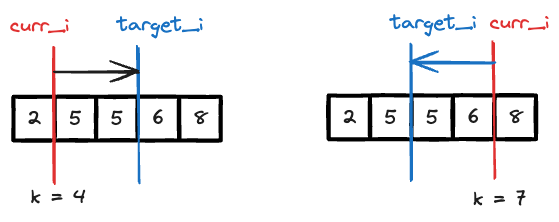
Earlier version of the Excalidraw export leetcode_with_adam/docs/leetcode/3107-minimum-operations-to-make-median-of-array-equal-to-K/assets/1.excalidraw.png (a4lamber/Leetcode). Source tidied: one line per element, renumbered; positions are measured from the earlier drawing's top-left corner, leaving out a move shared by most shapes.
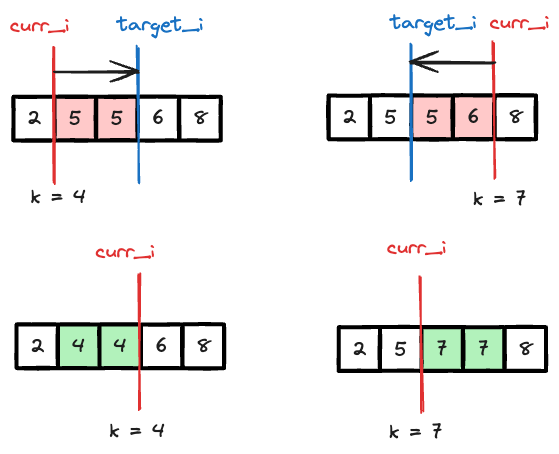
The same file after the commit.

Change to the diagram source:
```diff
@@ -1,8 +1,8 @@
 {"id": 0, "type": "rectangle", "strokeColor": "#000000", "strokeWidth": 4, "roughness": 1, "x": 3, "y": 87, "width": 41, "height": 44}
 {"id": 1, "type": "text", "text": "2", "strokeColor": "#1e1e1e", "strokeWidth": 2, "roughness": 1, "fontSize": 20, "fontFamily": 1, "textAlign": "center", "verticalAlign": "middle", "inside": 0, "x": 17, "y": 96, "width": 14, "height": 25}
-{"id": 2, "type": "rectangle", "strokeColor": "#000000", "strokeWidth": 4, "roughness": 1, "x": 45, "y": 87, "width": 41, "height": 44}
+{"id": 2, "type": "rectangle", "strokeColor": "#000000", "backgroundColor": "#ffc9c9", "fillStyle": "solid", "strokeWidth": 4, "roughness": 1, "x": 45, "y": 87, "width": 41, "height": 44}
 {"id": 3, "type": "text", "text": "5", "strokeColor": "#1e1e1e", "strokeWidth": 2, "roughness": 1, "fontSize": 20, "fontFamily": 1, "textAlign": "center", "verticalAlign": "middle", "inside": 2, "x": 59, "y": 96, "width": 12, "height": 25}
-{"id": 4, "type": "rectangle", "strokeColor": "#000000", "strokeWidth": 4, "roughness": 1, "x": 86, "y": 87, "width": 41, "height": 44}
+{"id": 4, "type": "rectangle", "strokeColor": "#000000", "backgroundColor": "#ffc9c9", "fillStyle": "solid", "strokeWidth": 4, "roughness": 1, "x": 86, "y": 87, "width": 41, "height": 44}
 {"id": 5, "type": "text", "text": "5", "strokeColor": "#1e1e1e", "strokeWidth": 2, "roughness": 1, "fontSize": 20, "fontFamily": 1, "textAlign": "center", "verticalAlign": "middle", "inside": 4, "x": 101, "y": 96, "width": 12, "height": 25}
 {"id": 6, "type": "rectangle", "strokeColor": "#000000", "strokeWidth": 4, "roughness": 1, "x": 128, "y": 87, "width": 41, "height": 44}
 {"id": 7, "type": "text", "text": "6", "strokeColor": "#1e1e1e", "strokeWidth": 2, "roughness": 1, "fontSize": 20, "fontFamily": 1, "textAlign": "center", "verticalAlign": "middle", "inside": 6, "x": 142, "y": 96, "width": 13, "height": 25}
@@ -18,9 +18,9 @@
 {"id": 17, "type": "text", "text": "2", "strokeColor": "#1e1e1e", "strokeWidth": 2, "roughness": 1, "fontSize": 20, "fontFamily": 1, "textAlign": "center", "verticalAlign": "middle", "inside": 16, "x": 332, "y": 95, "width": 14, "height": 25}
 {"id": 18, "type": "rectangle", "strokeColor": "#000000", "strokeWidth": 4, "roughness": 1, "x": 360, "y": 85, "width": 41, "height": 44}
 {"id": 19, "type": "text", "text": "5", "strokeColor": "#1e1e1e", "strokeWidth": 2, "roughness": 1, "fontSize": 20, "fontFamily": 1, "textAlign": "center", "verticalAlign": "middle", "inside": 18, "x": 375, "y": 95, "width": 12, "height": 25}
-{"id": 20, "type": "rectangle", "strokeColor": "#000000", "strokeWidth": 4, "roughness": 1, "x": 401, "y": 85, "width": 41, "height": 44}
+{"id": 20, "type": "rectangle", "strokeColor": "#000000", "backgroundColor": "#ffc9c9", "fillStyle": "solid", "strokeWidth": 4, "roughness": 1, "x": 401, "y": 85, "width": 41, "height": 44}
 {"id": 21, "type": "text", "text": "5", "strokeColor": "#1e1e1e", "strokeWidth": 2, "roughness": 1, "fontSize": 20, "fontFamily": 1, "textAlign": "center", "verticalAlign": "middle", "inside": 20, "x": 416, "y": 95, "width": 12, "height": 25}
-{"id": 22, "type": "rectangle", "strokeColor": "#000000", "strokeWidth": 4, "roughness": 1, "x": 443, "y": 85, "width": 41, "height": 44}
+{"id": 22, "type": "rectangle", "strokeColor": "#000000", "backgroundColor": "#ffc9c9", "fillStyle": "solid", "strokeWidth": 4, "roughness": 1, "x": 443, "y": 85, "width": 41, "height": 44}
 {"id": 23, "type": "text", "text": "6", "strokeColor": "#1e1e1e", "strokeWidth": 2, "roughness": 1, "fontSize": 20, "fontFamily": 1, "textAlign": "center", "verticalAlign": "middle", "inside": 22, "x": 457, "y": 95, "width": 13, "height": 25}
 {"id": 24, "type": "rectangle", "strokeColor": "#000000", "strokeWidth": 4, "roughness": 1, "x": 485, "y": 85, "width": 41, "height": 44}
 {"id": 25, "type": "text", "text": "8", "strokeColor": "#1e1e1e", "strokeWidth": 2, "roughness": 1, "fontSize": 20, "fontFamily": 1, "textAlign": "center", "verticalAlign": "middle", "inside": 24, "x": 498, "y": 95, "width": 15, "height": 25}
@@ -29,4 +29,30 @@
 {"id": 28, "type": "text", "text": "curr_i", "strokeColor": "#e03131", "backgroundColor": "#ffc9c9", "fillStyle": "solid", "strokeWidth": 2, "roughness": 1, "fontSize": 20, "fontFamily": 1, "x": 480, "y": 0, "width": 59, "height": 25}
 {"id": 29, "type": "line", "strokeColor": "#1971c2", "backgroundColor": "#ffc9c9", "fillStyle": "solid", "strokeWidth": 2, "roughness": 1, "round": true, "x": 401, "y": 34, "width": 2, "height": 136, "points": [[0, 0], [2, 136]]}
 {"id": 30, "type": "text", "text": "target_i", "strokeColor": "#1971c2", "backgroundColor": "#ffc9c9", "fillStyle": "solid", "strokeWidth": 2, "roughness": 1, "fontSize": 20, "fontFamily": 1, "x": 380, "y": 0, "width": 86, "height": 25}
-{"id": 31, "type": "arrow", "strokeColor": "#1971c2", "backgroundColor": "#ffc9c9", "fillStyle": "solid", "strokeWidth": 2, "roughness": 1, "endArrowhead": "arrow", "round": true, "x": 484, "y": 53, "width": 84, "height": 0, "points": [[0, 0], [-84, 0]]}
+{"id": 31, "type": "arrow", "strokeColor": "#1e1e1e", "backgroundColor": "#ffc9c9", "fillStyle": "solid", "strokeWidth": 2, "roughness": 1, "endArrowhead": "arrow", "round": true, "x": 484, "y": 53, "width": 84, "height": 0, "points": [[0, 0], [-84, 0]]}
+{"id": 32, "type": "rectangle", "strokeColor": "#000000", "strokeWidth": 4, "roughness": 1, "x": 7, "y": 314, "width": 41, "height": 44}
+{"id": 33, "type": "text", "text": "2", "strokeColor": "#1e1e1e", "strokeWidth": 2, "roughness": 1, "fontSize": 20, "fontFamily": 1, "textAlign": "center", "verticalAlign": "middle", "inside": 32, "x": 20, "y": 324, "width": 14, "height": 25}
+{"id": 34, "type": "rectangle", "strokeColor": "#000000", "backgroundColor": "#b2f2bb", "fillStyle": "solid", "strokeWidth": 4, "roughness": 1, "x": 48, "y": 314, "width": 41, "height": 44}
+{"id": 35, "type": "text", "text": "4", "strokeColor": "#1e1e1e", "strokeWidth": 2, "roughness": 1, "fontSize": 20, "fontFamily": 1, "textAlign": "center", "verticalAlign": "middle", "inside": 34, "x": 62, "y": 324, "width": 13, "height": 25}
+{"id": 36, "type": "rectangle", "strokeColor": "#000000", "backgroundColor": "#b2f2bb", "fillStyle": "solid", "strokeWidth": 4, "roughness": 1, "x": 89, "y": 314, "width": 41, "height": 44}
+{"id": 37, "type": "text", "text": "4", "strokeColor": "#1e1e1e", "strokeWidth": 2, "roughness": 1, "fontSize": 20, "fontFamily": 1, "textAlign": "center", "verticalAlign": "middle", "inside": 36, "x": 104, "y": 324, "width": 13, "height": 25}
+{"id": 38, "type": "rectangle", "strokeColor": "#000000", "strokeWidth": 4, "roughness": 1, "x": 131, "y": 314, "width": 41, "height": 44}
+{"id": 39, "type": "text", "text": "6", "strokeColor": "#1e1e1e", "strokeWidth": 2, "roughness": 1, "fontSize": 20, "fontFamily": 1, "textAlign": "center", "verticalAlign": "middle", "inside": 38, "x": 145, "y": 324, "width": 13, "height": 25}
+{"id": 40, "type": "rectangle", "strokeColor": "#000000", "strokeWidth": 4, "roughness": 1, "x": 173, "y": 314, "width": 41, "height": 44}
+{"id": 41, "type": "text", "text": "8", "strokeColor": "#1e1e1e", "strokeWidth": 2, "roughness": 1, "fontSize": 20, "fontFamily": 1, "textAlign": "center", "verticalAlign": "middle", "inside": 40, "x": 186, "y": 324, "width": 15, "height": 25}
+{"id": 42, "type": "text", "text": "k = 4", "strokeColor": "#1e1e1e", "strokeWidth": 2, "roughness": 1, "fontSize": 20, "fontFamily": 1, "x": 100, "y": 409, "width": 55, "height": 25}
+{"id": 43, "type": "line", "strokeColor": "#e03131", "backgroundColor": "#ffc9c9", "fillStyle": "solid", "strokeWidth": 2, "roughness": 1, "round": true, "x": 129, "y": 264, "width": 2, "height": 136, "points": [[0, 0], [2, 136]]}
+{"id": 44, "type": "text", "text": "curr_i", "strokeColor": "#e03131", "backgroundColor": "#ffc9c9", "fillStyle": "solid", "strokeWidth": 2, "roughness": 1, "fontSize": 20, "fontFamily": 1, "x": 85, "y": 229, "width": 59, "height": 25}
+{"id": 45, "type": "rectangle", "strokeColor": "#000000", "strokeWidth": 4, "roughness": 1, "x": 329, "y": 317, "width": 41, "height": 44}
+{"id": 46, "type": "text", "text": "2", "strokeColor": "#1e1e1e", "strokeWidth": 2, "roughness": 1, "fontSize": 20, "fontFamily": 1, "textAlign": "center", "verticalAlign": "middle", "inside": 45, "x": 342, "y": 327, "width": 14, "height": 25}
+{"id": 47, "type": "rectangle", "strokeColor": "#000000", "strokeWidth": 4, "roughness": 1, "x": 370, "y": 317, "width": 41, "height": 44}
+{"id": 48, "type": "text", "text": "5", "strokeColor": "#1e1e1e", "strokeWidth": 2, "roughness": 1, "fontSize": 20, "fontFamily": 1, "textAlign": "center", "verticalAlign": "middle", "inside": 47, "x": 385, "y": 327, "width": 12, "height": 25}
+{"id": 49, "type": "rectangle", "strokeColor": "#000000", "backgroundColor": "#b2f2bb", "fillStyle": "solid", "strokeWidth": 4, "roughness": 1, "x": 411, "y": 317, "width": 41, "height": 44}
+{"id": 50, "type": "text", "text": "7", "strokeColor": "#1e1e1e", "strokeWidth": 2, "roughness": 1, "fontSize": 20, "fontFamily": 1, "textAlign": "center", "verticalAlign": "middle", "inside": 49, "x": 427, "y": 327, "width": 11, "height": 25}
+{"id": 51, "type": "rectangle", "strokeColor": "#000000", "backgroundColor": "#b2f2bb", "fillStyle": "solid", "strokeWidth": 4, "roughness": 1, "x": 453, "y": 317, "width": 41, "height": 44}
+{"id": 52, "type": "text", "text": "7", "strokeColor": "#1e1e1e", "strokeWidth": 2, "roughness": 1, "fontSize": 20, "fontFamily": 1, "textAlign": "center", "verticalAlign": "middle", "inside": 51, "x": 468, "y": 327, "width": 11, "height": 25}
+{"id": 53, "type": "rectangle", "strokeColor": "#000000", "strokeWidth": 4, "roughness": 1, "x": 495, "y": 317, "width": 41, "height": 44}
+{"id": 54, "type": "text", "text": "8", "strokeColor": "#1e1e1e", "strokeWidth": 2, "roughness": 1, "fontSize": 20, "fontFamily": 1, "textAlign": "center", "verticalAlign": "middle", "inside": 53, "x": 508, "y": 327, "width": 15, "height": 25}
+{"id": 55, "type": "text", "text": "k = 7", "strokeColor": "#1e1e1e", "strokeWidth": 2, "roughness": 1, "fontSize": 20, "fontFamily": 1, "x": 380, "y": 410, "width": 53, "height": 25}
+{"id": 56, "type": "line", "strokeColor": "#e03131", "backgroundColor": "#ffc9c9", "fillStyle": "solid", "strokeWidth": 2, "roughness": 1, "round": true, "x": 410, "y": 267, "width": 2, "height": 136, "points": [[0, 0], [2, 136]]}
+{"id": 57, "type": "text", "text": "curr_i", "strokeColor": "#e03131", "backgroundColor": "#ffc9c9", "fillStyle": "solid", "strokeWidth": 2, "roughness": 1, "fontSize": 20, "fontFamily": 1, "x": 377, "y": 225, "width": 59, "height": 25}
```
